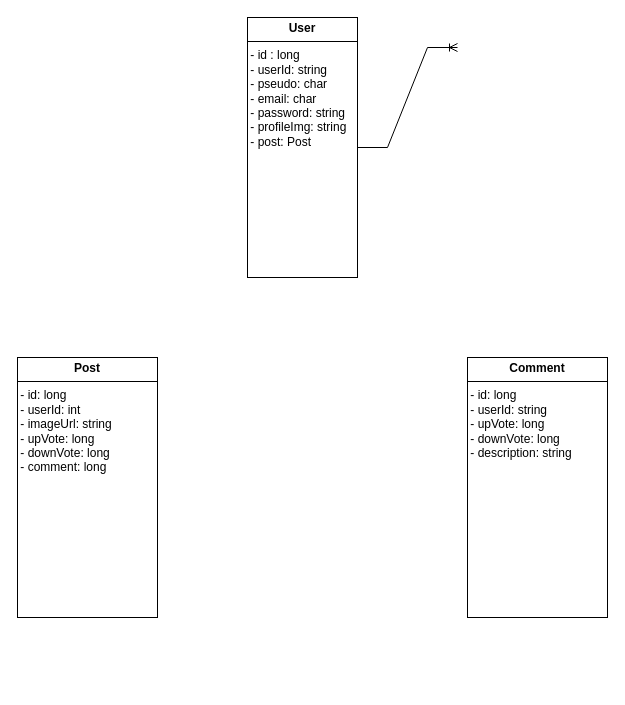
loyfael/Waveme keeps this draw.io diagram as Diagramme sans nom.drawio. Above is the earlier version. Source tidied: cells renumbered, new cells numbered last; positions are measured from the earlier drawing's top-left corner, leaving out a move shared by most shapes. Both pictures are drawn from the tidied source at 100%, with x=0, y=0 at pixel (17, 17).
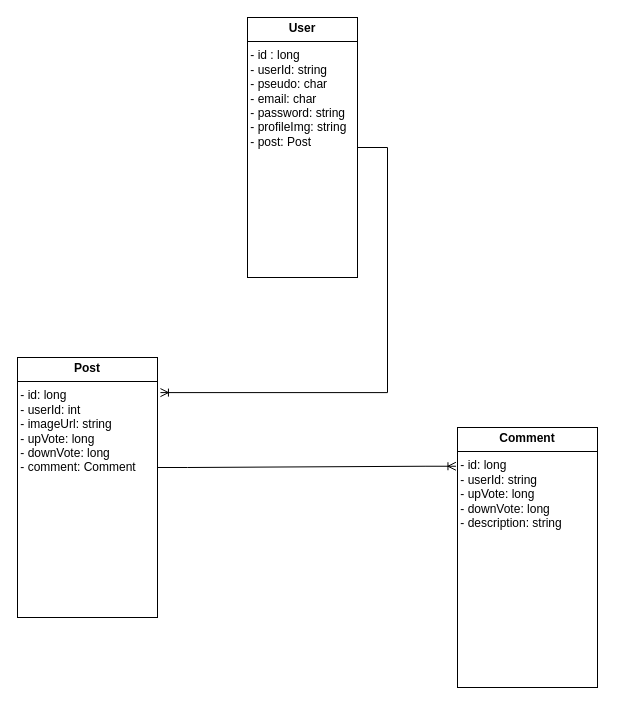
Above is the later version.

Diff of the diagram source:
```diff
@@
 <mxGraphModel>
   <root>
     <mxCell id="0" />
     <mxCell id="1" parent="0" />
     <mxCell id="2" value="&lt;p style=&quot;margin:0px;margin-top:4px;text-align:center;&quot;&gt;&lt;b&gt;User&lt;/b&gt;&lt;/p&gt;&lt;hr size=&quot;1&quot; style=&quot;border-style:solid;&quot;&gt;&lt;div style=&quot;height:2px;&quot;&gt;&amp;nbsp;- id : long&lt;br&gt;&amp;nbsp;- userId: string&lt;br&gt;&amp;nbsp;- pseudo: char&lt;br&gt;&amp;nbsp;- email: char&lt;br&gt;&amp;nbsp;- password: string&lt;br&gt;&amp;nbsp;- profileImg: string&lt;br&gt;&amp;nbsp;- post: Post&lt;br&gt;&lt;/div&gt;" style="verticalAlign=top;align=left;overflow=fill;html=1;whiteSpace=wrap;" parent="1" vertex="1">
       <mxGeometry x="230" width="110" height="260" as="geometry" />
     </mxCell>
-    <mxCell id="3" value="&lt;p style=&quot;margin:0px;margin-top:4px;text-align:center;&quot;&gt;&lt;b&gt;Post&lt;/b&gt;&lt;/p&gt;&lt;hr size=&quot;1&quot; style=&quot;border-style:solid;&quot;&gt;&lt;div style=&quot;height:2px;&quot;&gt;&amp;nbsp;- id: long&lt;br&gt;&amp;nbsp;- userId: int&lt;br&gt;&amp;nbsp;- imageUrl: string&lt;br&gt;&amp;nbsp;- upVote: long&lt;br&gt;&amp;nbsp;- downVote: long&lt;br&gt;&amp;nbsp;- comment: long&lt;/div&gt;&lt;div style=&quot;height:2px;&quot;&gt;&lt;br&gt;&lt;/div&gt;&lt;div style=&quot;height:2px;&quot;&gt;&lt;br&gt;&lt;/div&gt;&lt;div style=&quot;height:2px;&quot;&gt;&lt;br&gt;&lt;/div&gt;" style="verticalAlign=top;align=left;overflow=fill;html=1;whiteSpace=wrap;" parent="1" vertex="1">
+    <mxCell id="3" value="&lt;p style=&quot;margin:0px;margin-top:4px;text-align:center;&quot;&gt;&lt;b&gt;Post&lt;/b&gt;&lt;/p&gt;&lt;hr size=&quot;1&quot; style=&quot;border-style:solid;&quot;&gt;&lt;div style=&quot;height:2px;&quot;&gt;&amp;nbsp;- id: long&lt;br&gt;&amp;nbsp;- userId: int&lt;br&gt;&amp;nbsp;- imageUrl: string&lt;br&gt;&amp;nbsp;- upVote: long&lt;br&gt;&amp;nbsp;- downVote: long&lt;br&gt;&amp;nbsp;- comment: Comment&lt;/div&gt;&lt;div style=&quot;height:2px;&quot;&gt;&lt;br&gt;&lt;/div&gt;&lt;div style=&quot;height:2px;&quot;&gt;&lt;br&gt;&lt;/div&gt;&lt;div style=&quot;height:2px;&quot;&gt;&lt;br&gt;&lt;/div&gt;" style="verticalAlign=top;align=left;overflow=fill;html=1;whiteSpace=wrap;" parent="1" vertex="1">
       <mxGeometry y="340" width="140" height="260" as="geometry" />
     </mxCell>
     <mxCell id="4" value="&lt;p style=&quot;margin:0px;margin-top:4px;text-align:center;&quot;&gt;&lt;b&gt;Comment&lt;/b&gt;&lt;/p&gt;&lt;hr size=&quot;1&quot; style=&quot;border-style:solid;&quot;&gt;&lt;div style=&quot;height:2px;&quot;&gt;&amp;nbsp;- id: long&lt;br&gt;&amp;nbsp;- userId: string&amp;nbsp;&lt;br&gt;&amp;nbsp;- upVote: long&lt;br&gt;&amp;nbsp;- downVote: long&lt;br&gt;&amp;nbsp;- description: string&lt;/div&gt;&lt;div style=&quot;height:2px;&quot;&gt;&lt;br&gt;&lt;/div&gt;&lt;div style=&quot;height:2px;&quot;&gt;&lt;br&gt;&lt;/div&gt;&lt;div style=&quot;height:2px;&quot;&gt;&lt;br&gt;&lt;/div&gt;" style="verticalAlign=top;align=left;overflow=fill;html=1;whiteSpace=wrap;" parent="1" vertex="1">
-      <mxGeometry x="450" y="340" width="140" height="260" as="geometry" />
+      <mxGeometry x="440" y="410" width="140" height="260" as="geometry" />
     </mxCell>
-    <mxCell id="5" style="edgeStyle=entityRelationEdgeStyle;fontSize=12;html=1;endArrow=ERoneToMany;rounded=0;" parent="1" edge="1">
+    <mxCell id="5" style="edgeStyle=entityRelationEdgeStyle;fontSize=12;html=1;endArrow=ERoneToMany;rounded=0;entryX=1.021;entryY=0.135;entryDx=0;entryDy=0;entryPerimeter=0;" parent="1" edge="1" target="3">
       <mxGeometry relative="1" as="geometry">
         <mxPoint x="340" y="130" as="sourcePoint" />
-        <mxPoint x="440" y="30" as="targetPoint" />
         <Array as="points">
           <mxPoint x="360" y="130" />
         </Array>
       </mxGeometry>
     </mxCell>
+    <mxCell id="6" style="edgeStyle=entityRelationEdgeStyle;fontSize=12;html=1;endArrow=ERoneToMany;rounded=0;entryX=-0.011;entryY=0.149;entryDx=0;entryDy=0;entryPerimeter=0;" parent="1" edge="1" target="4">
+      <mxGeometry relative="1" as="geometry">
+        <mxPoint x="140" y="450" as="sourcePoint" />
+        <Array as="points">
+          <mxPoint x="157" y="450" />
+        </Array>
+      </mxGeometry>
+    </mxCell>
   </root>
 </mxGraphModel>
```
